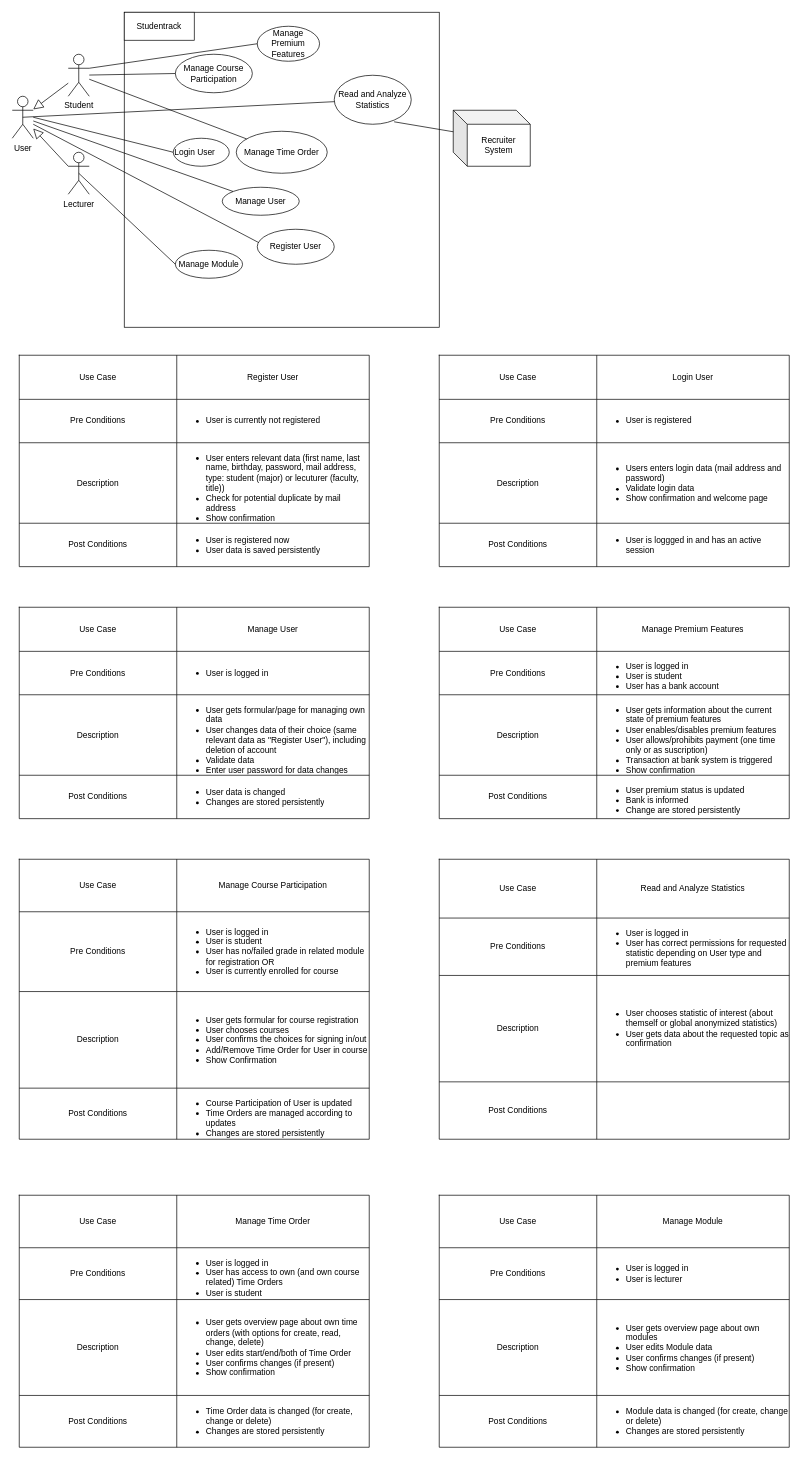
Earlier version of the draw.io diagram Diagrams/usecase.drawio (LeaRain/Studentrack). Source tidied: cells renumbered, new cells numbered last; positions are measured from the earlier drawing's top-left corner, leaving out a move shared by most shapes. Both pictures are drawn from the tidied source at 70%, with x=0, y=0 at pixel (12, 12).
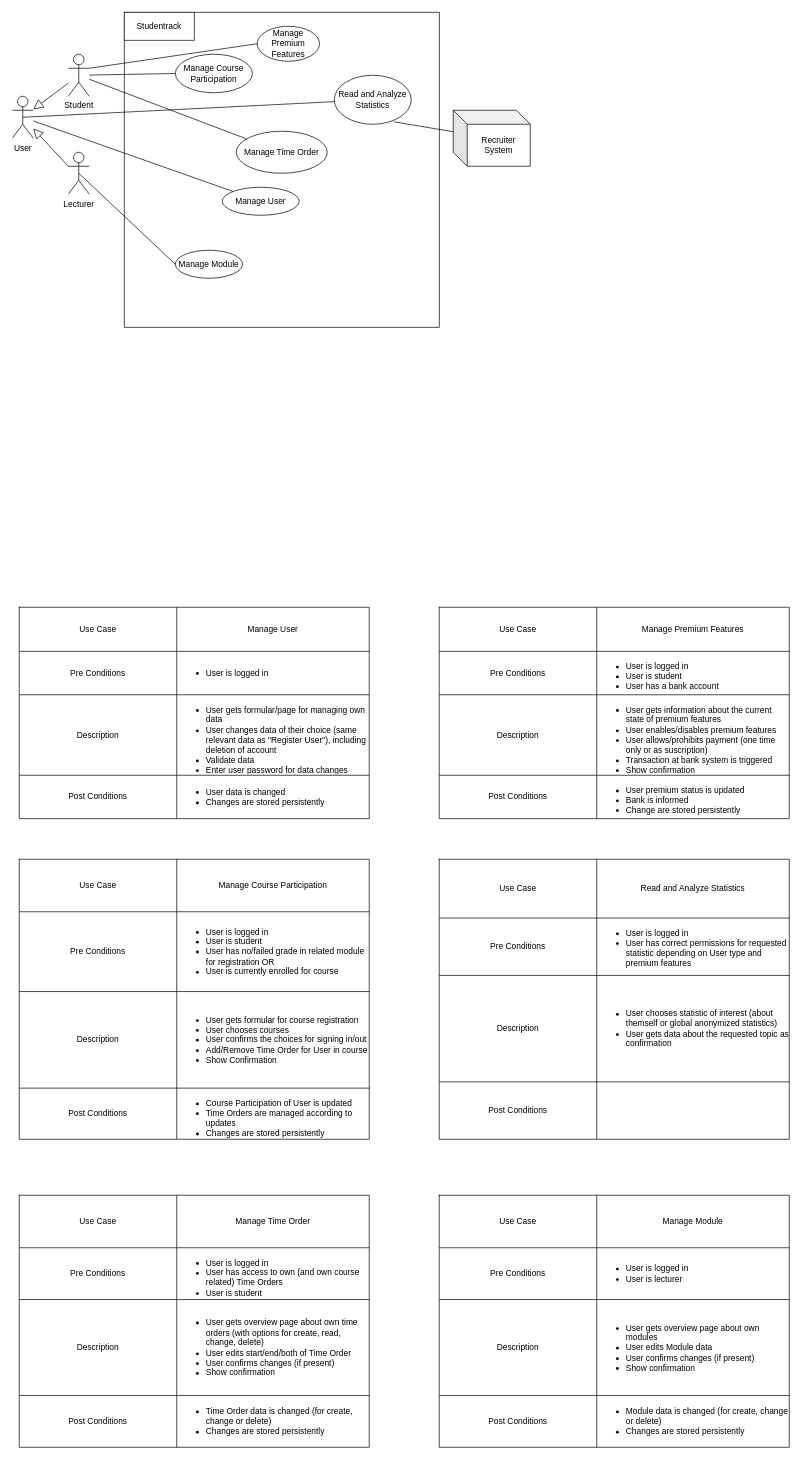
Above is the later version.

Commit message (it also covers changes not shown here):
update use cases

Diff of the diagram source:
```diff
@@
-    <mxCell id="25" value="Register User" style="ellipse;whiteSpace=wrap;html=1;" parent="1" vertex="1">
-      <mxGeometry x="350" y="310" width="110" height="50" as="geometry" />
-    </mxCell>
-    <mxCell id="26" style="edgeStyle=none;html=1;endArrow=none;verticalAlign=bottom;rounded=0;entryX=0.018;entryY=0.38;entryDx=0;entryDy=0;entryPerimeter=0;" parent="1" edge="1" target="25">
-      <mxGeometry relative="1" as="geometry">
-        <mxPoint x="30" y="160" as="sourcePoint" />
-      </mxGeometry>
-    </mxCell>
-    <mxCell id="27" style="shape=table;startSize=0;childLayout=tableLayout;" parent="1" vertex="1">
-      <mxGeometry x="10" y="490" width="500" height="302" as="geometry" />
-    </mxCell>
-    <mxCell id="28" style="shape=partialRectangle;fillColor=none;top=0;left=0;bottom=0;right=0;" parent="27" vertex="1">
-      <mxGeometry width="500" height="63" as="geometry" />
-    </mxCell>
-    <mxCell id="29" value="Use Case" style="shape=partialRectangle;html=1;whiteSpace=wrap;overflow=hidden;fillColor=none;top=0;left=0;bottom=0;right=0;" parent="28" vertex="1">
-      <mxGeometry width="225" height="63" as="geometry" />
-    </mxCell>
-    <mxCell id="30" value="Register User" style="shape=partialRectangle;html=1;whiteSpace=wrap;overflow=hidden;fillColor=none;top=0;left=0;bottom=0;right=0;" parent="28" vertex="1">
-      <mxGeometry x="225" width="275" height="63" as="geometry" />
-    </mxCell>
-    <mxCell id="31" style="shape=partialRectangle;fillColor=none;top=0;left=0;bottom=0;right=0;" parent="27" vertex="1">
-      <mxGeometry y="63" width="500" height="62" as="geometry" />
-    </mxCell>
-    <mxCell id="32" value="Pre Conditions" style="shape=partialRectangle;html=1;whiteSpace=wrap;overflow=hidden;fillColor=none;top=0;left=0;bottom=0;right=0;" parent="31" vertex="1">
-      <mxGeometry width="225" height="62" as="geometry" />
-    </mxCell>
-    <mxCell id="33" value="&lt;ul&gt;&lt;li&gt;User is currently not registered&lt;/li&gt;&lt;/ul&gt;" style="shape=partialRectangle;html=1;whiteSpace=wrap;overflow=hidden;fillColor=none;top=0;left=0;bottom=0;right=0;align=left;" parent="31" vertex="1">
-      <mxGeometry x="225" width="275" height="62" as="geometry" />
-    </mxCell>
-    <mxCell id="34" style="shape=partialRectangle;fillColor=none;top=0;left=0;bottom=0;right=0;" parent="27" vertex="1">
-      <mxGeometry y="125" width="500" height="115" as="geometry" />
-    </mxCell>
-    <mxCell id="35" value="Description" style="shape=partialRectangle;html=1;whiteSpace=wrap;overflow=hidden;fillColor=none;top=0;left=0;bottom=0;right=0;" parent="34" vertex="1">
-      <mxGeometry width="225" height="115" as="geometry" />
-    </mxCell>
-    <mxCell id="36" value="&lt;ul&gt;&lt;li&gt;User enters relevant data (first name, last name, birthday, password, mail address, type: student (major) or lecuturer (faculty, title))&lt;/li&gt;&lt;li&gt;Check for potential duplicate by mail address&lt;/li&gt;&lt;li&gt;Show confirmation&lt;/li&gt;&lt;/ul&gt;" style="shape=partialRectangle;html=1;whiteSpace=wrap;overflow=hidden;fillColor=none;top=0;left=0;bottom=0;right=0;align=left;" parent="34" vertex="1">
-      <mxGeometry x="225" width="275" height="115" as="geometry" />
-    </mxCell>
-    <mxCell id="37" style="shape=partialRectangle;fillColor=none;top=0;left=0;bottom=0;right=0;" parent="27" vertex="1">
-      <mxGeometry y="240" width="500" height="62" as="geometry" />
-    </mxCell>
-    <mxCell id="38" value="Post Conditions" style="shape=partialRectangle;html=1;whiteSpace=wrap;overflow=hidden;fillColor=none;top=0;left=0;bottom=0;right=0;" parent="37" vertex="1">
-      <mxGeometry width="225" height="62" as="geometry" />
-    </mxCell>
-    <mxCell id="39" value="&lt;ul&gt;&lt;li&gt;User is registered now&lt;/li&gt;&lt;li&gt;User data is saved persistently&lt;/li&gt;&lt;/ul&gt;" style="shape=partialRectangle;html=1;whiteSpace=wrap;overflow=hidden;fillColor=none;top=0;left=0;bottom=0;right=0;align=left;" parent="37" vertex="1">
-      <mxGeometry x="225" width="275" height="62" as="geometry" />
-    </mxCell>
-    <mxCell id="40" style="shape=table;startSize=0;childLayout=tableLayout;" parent="1" vertex="1">
-      <mxGeometry x="610" y="490" width="500" height="302" as="geometry" />
-    </mxCell>
-    <mxCell id="41" style="shape=partialRectangle;fillColor=none;top=0;left=0;bottom=0;right=0;" parent="40" vertex="1">
-      <mxGeometry width="500" height="63" as="geometry" />
-    </mxCell>
-    <mxCell id="42" value="Use Case" style="shape=partialRectangle;html=1;whiteSpace=wrap;overflow=hidden;fillColor=none;top=0;left=0;bottom=0;right=0;" parent="41" vertex="1">
-      <mxGeometry width="225" height="63" as="geometry" />
-    </mxCell>
-    <mxCell id="43" value="Login User" style="shape=partialRectangle;html=1;whiteSpace=wrap;overflow=hidden;fillColor=none;top=0;left=0;bottom=0;right=0;" parent="41" vertex="1">
-      <mxGeometry x="225" width="275" height="63" as="geometry" />
-    </mxCell>
-    <mxCell id="44" style="shape=partialRectangle;fillColor=none;top=0;left=0;bottom=0;right=0;" parent="40" vertex="1">
-      <mxGeometry y="63" width="500" height="62" as="geometry" />
-    </mxCell>
-    <mxCell id="45" value="Pre Conditions" style="shape=partialRectangle;html=1;whiteSpace=wrap;overflow=hidden;fillColor=none;top=0;left=0;bottom=0;right=0;" parent="44" vertex="1">
-      <mxGeometry width="225" height="62" as="geometry" />
-    </mxCell>
-    <mxCell id="46" value="&lt;ul&gt;&lt;li&gt;User is registered&lt;/li&gt;&lt;/ul&gt;" style="shape=partialRectangle;html=1;whiteSpace=wrap;overflow=hidden;fillColor=none;top=0;left=0;bottom=0;right=0;align=left;" parent="44" vertex="1">
-      <mxGeometry x="225" width="275" height="62" as="geometry" />
-    </mxCell>
-    <mxCell id="47" style="shape=partialRectangle;fillColor=none;top=0;left=0;bottom=0;right=0;" parent="40" vertex="1">
-      <mxGeometry y="125" width="500" height="115" as="geometry" />
-    </mxCell>
-    <mxCell id="48" value="Description" style="shape=partialRectangle;html=1;whiteSpace=wrap;overflow=hidden;fillColor=none;top=0;left=0;bottom=0;right=0;" parent="47" vertex="1">
-      <mxGeometry width="225" height="115" as="geometry" />
-    </mxCell>
-    <mxCell id="49" value="&lt;ul&gt;&lt;li&gt;Users enters login data (mail address and password)&lt;/li&gt;&lt;li&gt;Validate login data&lt;/li&gt;&lt;li&gt;Show confirmation and welcome page&lt;/li&gt;&lt;/ul&gt;" style="shape=partialRectangle;html=1;whiteSpace=wrap;overflow=hidden;fillColor=none;top=0;left=0;bottom=0;right=0;align=left;" parent="47" vertex="1">
-      <mxGeometry x="225" width="275" height="115" as="geometry" />
-    </mxCell>
-    <mxCell id="50" style="shape=partialRectangle;fillColor=none;top=0;left=0;bottom=0;right=0;" parent="40" vertex="1">
-      <mxGeometry y="240" width="500" height="62" as="geometry" />
-    </mxCell>
-    <mxCell id="51" value="Post Conditions" style="shape=partialRectangle;html=1;whiteSpace=wrap;overflow=hidden;fillColor=none;top=0;left=0;bottom=0;right=0;" parent="50" vertex="1">
-      <mxGeometry width="225" height="62" as="geometry" />
-    </mxCell>
-    <mxCell id="52" value="&lt;ul&gt;&lt;li&gt;User is loggged in and has an active session&lt;/li&gt;&lt;/ul&gt;" style="shape=partialRectangle;html=1;whiteSpace=wrap;overflow=hidden;fillColor=none;top=0;left=0;bottom=0;right=0;align=left;" parent="50" vertex="1">
-      <mxGeometry x="225" width="275" height="62" as="geometry" />
-    </mxCell>
-    <mxCell id="53" value="Login User" style="ellipse;whiteSpace=wrap;html=1;align=left;" parent="1" vertex="1">
-      <mxGeometry x="230" y="180" width="80" height="40" as="geometry" />
-    </mxCell>
-    <mxCell id="54" style="edgeStyle=none;html=1;endArrow=none;verticalAlign=bottom;rounded=0;entryX=0;entryY=0.5;entryDx=0;entryDy=0;" parent="1" edge="1" target="53">
-      <mxGeometry relative="1" as="geometry">
-        <mxPoint x="30" y="150" as="sourcePoint" />
-      </mxGeometry>
-    </mxCell>
```
